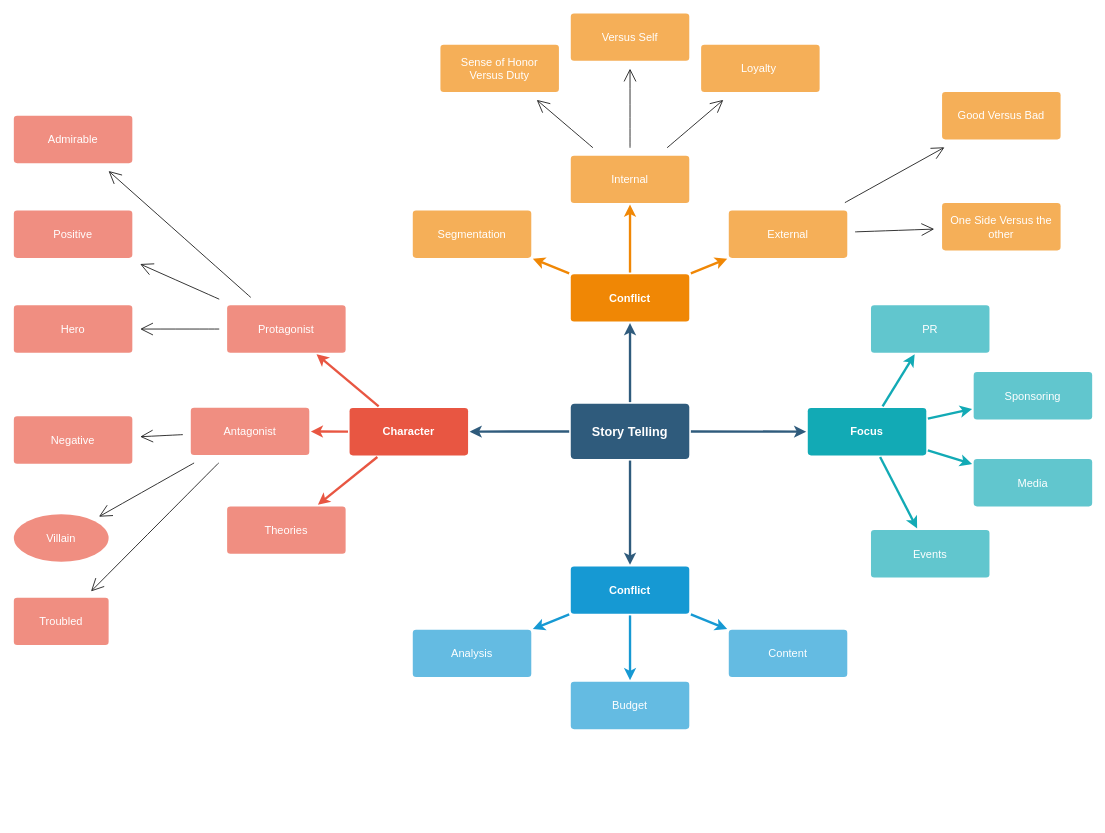
This is draw/Attempt.2.drawio from RaneyDazed/BUS-225-Mind-Map, a draw.io file, before an edit. Source tidied: cells renumbered, new cells numbered last; positions are measured from the earlier drawing's top-left corner, leaving out a move shared by most shapes. Both pictures are drawn from the tidied source at 79%, with x=0, y=0 at pixel (13, 13).
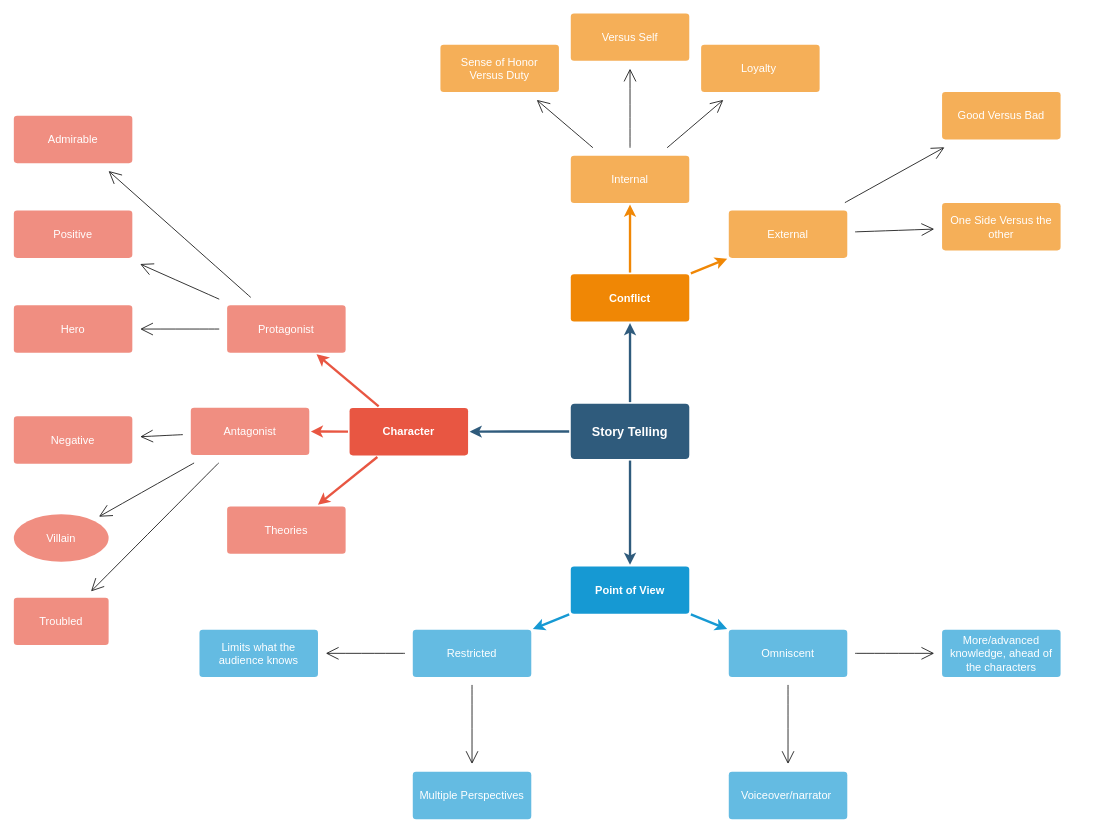
The same page after the edit.

Unchanged cells that the change refers to:
```xml
<mxCell id="6" value="Story Telling" style="rounded=1;whiteSpace=wrap;html=1;shadow=0;labelBackgroundColor=none;strokeColor=none;strokeWidth=3;fillColor=#2F5B7C;fontFamily=Helvetica;fontSize=16;fontColor=#FFFFFF;align=center;fontStyle=1;spacing=5;arcSize=7;perimeterSpacing=2;" parent="1" vertex="1">
  <mxGeometry x="705" y="494.5" width="150" height="70" as="geometry" />
</mxCell>
<mxCell id="27" value="Conflict" style="rounded=1;whiteSpace=wrap;html=1;shadow=0;labelBackgroundColor=none;strokeColor=none;strokeWidth=3;fillColor=#F08705;fontFamily=Helvetica;fontSize=14;fontColor=#FFFFFF;align=center;spacing=5;fontStyle=1;arcSize=7;perimeterSpacing=2;" parent="1" vertex="1">
  <mxGeometry x="705" y="330.5" width="150" height="60" as="geometry" />
</mxCell>
```

Change to the diagram source:
```diff
@@
-    <mxCell id="3" style="edgeStyle=none;rounded=0;jumpStyle=none;html=1;shadow=0;labelBackgroundColor=none;startArrow=none;startFill=0;endArrow=classic;endFill=1;jettySize=auto;strokeColor=#2F5B7C;strokeWidth=3;fontFamily=Helvetica;fontSize=16;fontColor=#23445D;spacing=5;" parent="1" edge="1" source="6" target="39">
-      <mxGeometry relative="1" as="geometry" />
-    </mxCell>
@@
-    <mxCell id="21" style="edgeStyle=none;rounded=0;jumpStyle=none;html=1;shadow=0;labelBackgroundColor=none;startArrow=none;startFill=0;endArrow=classic;endFill=1;jettySize=auto;strokeColor=#1699D3;strokeWidth=3;fontFamily=Helvetica;fontSize=14;fontColor=#FFFFFF;spacing=5;" parent="1" edge="1" source="23" target="25">
-      <mxGeometry relative="1" as="geometry" />
-    </mxCell>
@@
-    <mxCell id="23" value="Conflict" style="rounded=1;whiteSpace=wrap;html=1;shadow=0;labelBackgroundColor=none;strokeColor=none;strokeWidth=3;fillColor=#1699d3;fontFamily=Helvetica;fontSize=14;fontColor=#FFFFFF;align=center;spacing=5;fontStyle=1;arcSize=7;perimeterSpacing=2;" parent="1" vertex="1">
+    <mxCell id="23" value="Point of View" style="rounded=1;whiteSpace=wrap;html=1;shadow=0;labelBackgroundColor=none;strokeColor=none;strokeWidth=3;fillColor=#1699d3;fontFamily=Helvetica;fontSize=14;fontColor=#FFFFFF;align=center;spacing=5;fontStyle=1;arcSize=7;perimeterSpacing=2;" parent="1" vertex="1">
       <mxGeometry x="705" y="700.5" width="150" height="60" as="geometry" />
     </mxCell>
+    <mxCell id="59" style="edgeStyle=none;curved=1;rounded=0;jettySize=auto;html=1;fontSize=12;endArrow=open;startSize=14;endSize=14;sourcePerimeterSpacing=8;targetPerimeterSpacing=8;" parent="1" edge="1" source="24" target="65">
+      <mxGeometry relative="1" as="geometry" />
+    </mxCell>
+    <mxCell id="60" style="edgeStyle=none;curved=1;rounded=0;jettySize=auto;html=1;fontSize=12;endArrow=open;startSize=14;endSize=14;sourcePerimeterSpacing=8;targetPerimeterSpacing=8;" parent="1" edge="1" source="24" target="66">
+      <mxGeometry relative="1" as="geometry" />
+    </mxCell>
-    <mxCell id="24" value="Content" style="rounded=1;whiteSpace=wrap;html=1;shadow=0;labelBackgroundColor=none;strokeColor=none;strokeWidth=3;fillColor=#64bbe2;fontFamily=Helvetica;fontSize=14;fontColor=#FFFFFF;align=center;spacing=5;arcSize=7;perimeterSpacing=2;" parent="1" vertex="1">
+    <mxCell id="24" value="Omniscent" style="rounded=1;whiteSpace=wrap;html=1;shadow=0;labelBackgroundColor=none;strokeColor=none;strokeWidth=3;fillColor=#64bbe2;fontFamily=Helvetica;fontSize=14;fontColor=#FFFFFF;align=center;spacing=5;arcSize=7;perimeterSpacing=2;" parent="1" vertex="1">
       <mxGeometry x="905" y="780.5" width="150" height="60" as="geometry" />
     </mxCell>
-    <mxCell id="25" value="Budget" style="rounded=1;whiteSpace=wrap;html=1;shadow=0;labelBackgroundColor=none;strokeColor=none;strokeWidth=3;fillColor=#64bbe2;fontFamily=Helvetica;fontSize=14;fontColor=#FFFFFF;align=center;spacing=5;arcSize=7;perimeterSpacing=2;" parent="1" vertex="1">
-      <mxGeometry x="705" y="846.5" width="150" height="60" as="geometry" />
-    </mxCell>
+    <mxCell id="61" style="edgeStyle=none;curved=1;rounded=0;jettySize=auto;html=1;fontSize=12;endArrow=open;startSize=14;endSize=14;sourcePerimeterSpacing=8;targetPerimeterSpacing=8;" parent="1" edge="1" source="26" target="63">
+      <mxGeometry relative="1" as="geometry" />
+    </mxCell>
+    <mxCell id="62" style="edgeStyle=none;curved=1;rounded=0;jettySize=auto;html=1;fontSize=12;endArrow=open;startSize=14;endSize=14;sourcePerimeterSpacing=8;targetPerimeterSpacing=8;" parent="1" edge="1" source="26" target="64">
+      <mxGeometry relative="1" as="geometry" />
+    </mxCell>
-    <mxCell id="26" value="Analysis" style="rounded=1;whiteSpace=wrap;html=1;shadow=0;labelBackgroundColor=none;strokeColor=none;strokeWidth=3;fillColor=#64bbe2;fontFamily=Helvetica;fontSize=14;fontColor=#FFFFFF;align=center;spacing=5;arcSize=7;perimeterSpacing=2;" parent="1" vertex="1">
+    <mxCell id="26" value="Restricted" style="rounded=1;whiteSpace=wrap;html=1;shadow=0;labelBackgroundColor=none;strokeColor=none;strokeWidth=3;fillColor=#64bbe2;fontFamily=Helvetica;fontSize=14;fontColor=#FFFFFF;align=center;spacing=5;arcSize=7;perimeterSpacing=2;" parent="1" vertex="1">
       <mxGeometry x="505" y="780.5" width="150" height="60" as="geometry" />
     </mxCell>
@@
-    <mxCell id="37" value="Segmentation" style="rounded=1;whiteSpace=wrap;html=1;shadow=0;labelBackgroundColor=none;strokeColor=none;strokeWidth=3;fillColor=#f5af58;fontFamily=Helvetica;fontSize=14;fontColor=#FFFFFF;align=center;spacing=5;arcSize=7;perimeterSpacing=2;" parent="1" vertex="1">
-      <mxGeometry x="505" y="250" width="150" height="60" as="geometry" />
-    </mxCell>
-    <mxCell id="38" style="edgeStyle=none;rounded=0;jumpStyle=none;html=1;shadow=0;labelBackgroundColor=none;startArrow=none;startFill=0;endArrow=classic;endFill=1;jettySize=auto;strokeColor=#F08705;strokeWidth=3;fontFamily=Helvetica;fontSize=14;fontColor=#FFFFFF;spacing=5;" parent="1" edge="1" source="27" target="37">
-      <mxGeometry relative="1" as="geometry" />
-    </mxCell>
-    <mxCell id="39" value="Focus" style="rounded=1;whiteSpace=wrap;html=1;shadow=0;labelBackgroundColor=none;strokeColor=none;strokeWidth=3;fillColor=#12aab5;fontFamily=Helvetica;fontSize=14;fontColor=#FFFFFF;align=center;spacing=5;fontStyle=1;arcSize=7;perimeterSpacing=2;" parent="1" vertex="1">
-      <mxGeometry x="1005" y="500" width="150" height="60" as="geometry" />
-    </mxCell>
-    <mxCell id="40" value="Events" style="rounded=1;whiteSpace=wrap;html=1;shadow=0;labelBackgroundColor=none;strokeColor=none;strokeWidth=3;fillColor=#61c6ce;fontFamily=Helvetica;fontSize=14;fontColor=#FFFFFF;align=center;spacing=5;fontStyle=0;arcSize=7;perimeterSpacing=2;" parent="1" vertex="1">
-      <mxGeometry x="1085" y="654.5" width="150" height="60" as="geometry" />
-    </mxCell>
-    <mxCell id="41" style="edgeStyle=none;rounded=1;jumpStyle=none;html=1;shadow=0;labelBackgroundColor=none;startArrow=none;startFill=0;jettySize=auto;strokeColor=#12AAB5;strokeWidth=3;fontFamily=Helvetica;fontSize=14;fontColor=#FFFFFF;spacing=5;fontStyle=1;fillColor=#b0e3e6;" parent="1" edge="1" source="39" target="40">
-      <mxGeometry relative="1" as="geometry" />
-    </mxCell>
-    <mxCell id="42" value="Media" style="rounded=1;whiteSpace=wrap;html=1;shadow=0;labelBackgroundColor=none;strokeColor=none;strokeWidth=3;fillColor=#61c6ce;fontFamily=Helvetica;fontSize=14;fontColor=#FFFFFF;align=center;spacing=5;fontStyle=0;arcSize=7;perimeterSpacing=2;" parent="1" vertex="1">
-      <mxGeometry x="1215" y="564.5" width="150" height="60" as="geometry" />
-    </mxCell>
-    <mxCell id="43" style="edgeStyle=none;rounded=1;jumpStyle=none;html=1;shadow=0;labelBackgroundColor=none;startArrow=none;startFill=0;jettySize=auto;strokeColor=#12AAB5;strokeWidth=3;fontFamily=Helvetica;fontSize=14;fontColor=#FFFFFF;spacing=5;fontStyle=1;fillColor=#b0e3e6;" parent="1" edge="1" source="39" target="42">
-      <mxGeometry relative="1" as="geometry" />
-    </mxCell>
-    <mxCell id="44" value="Sponsoring" style="rounded=1;whiteSpace=wrap;html=1;shadow=0;labelBackgroundColor=none;strokeColor=none;strokeWidth=3;fillColor=#61c6ce;fontFamily=Helvetica;fontSize=14;fontColor=#FFFFFF;align=center;spacing=5;fontStyle=0;arcSize=7;perimeterSpacing=2;" parent="1" vertex="1">
-      <mxGeometry x="1215" y="454.5" width="150" height="60" as="geometry" />
-    </mxCell>
-    <mxCell id="45" style="edgeStyle=none;rounded=1;jumpStyle=none;html=1;shadow=0;labelBackgroundColor=none;startArrow=none;startFill=0;jettySize=auto;strokeColor=#12AAB5;strokeWidth=3;fontFamily=Helvetica;fontSize=14;fontColor=#FFFFFF;spacing=5;fontStyle=1;fillColor=#b0e3e6;" parent="1" edge="1" source="39" target="44">
-      <mxGeometry relative="1" as="geometry" />
-    </mxCell>
-    <mxCell id="46" value="PR" style="rounded=1;whiteSpace=wrap;html=1;shadow=0;labelBackgroundColor=none;strokeColor=none;strokeWidth=3;fillColor=#61c6ce;fontFamily=Helvetica;fontSize=14;fontColor=#FFFFFF;align=center;spacing=5;fontStyle=0;arcSize=7;perimeterSpacing=2;" parent="1" vertex="1">
-      <mxGeometry x="1085" y="370" width="150" height="60" as="geometry" />
-    </mxCell>
-    <mxCell id="47" style="edgeStyle=none;rounded=1;jumpStyle=none;html=1;shadow=0;labelBackgroundColor=none;startArrow=none;startFill=0;jettySize=auto;strokeColor=#12AAB5;strokeWidth=3;fontFamily=Helvetica;fontSize=14;fontColor=#FFFFFF;spacing=5;fontStyle=1;fillColor=#b0e3e6;" parent="1" edge="1" source="39" target="46">
-      <mxGeometry relative="1" as="geometry" />
-    </mxCell>
@@
+    <mxCell id="63" value="Multiple Perspectives" style="rounded=1;whiteSpace=wrap;html=1;shadow=0;labelBackgroundColor=none;strokeColor=none;strokeWidth=3;fillColor=#64bbe2;fontFamily=Helvetica;fontSize=14;fontColor=#FFFFFF;align=center;spacing=5;arcSize=7;perimeterSpacing=2;" parent="1" vertex="1">
+      <mxGeometry x="505" y="960.5" width="150" height="60" as="geometry" />
+    </mxCell>
+    <mxCell id="64" value="Limits what the audience knows" style="rounded=1;whiteSpace=wrap;html=1;shadow=0;labelBackgroundColor=none;strokeColor=none;strokeWidth=3;fillColor=#64bbe2;fontFamily=Helvetica;fontSize=14;fontColor=#FFFFFF;align=center;spacing=5;arcSize=7;perimeterSpacing=2;" parent="1" vertex="1">
+      <mxGeometry x="235" y="780.5" width="150" height="60" as="geometry" />
+    </mxCell>
+    <mxCell id="65" value="Voiceover/narrator&amp;nbsp;" style="rounded=1;whiteSpace=wrap;html=1;shadow=0;labelBackgroundColor=none;strokeColor=none;strokeWidth=3;fillColor=#64bbe2;fontFamily=Helvetica;fontSize=14;fontColor=#FFFFFF;align=center;spacing=5;arcSize=7;perimeterSpacing=2;" parent="1" vertex="1">
+      <mxGeometry x="905" y="960.5" width="150" height="60" as="geometry" />
+    </mxCell>
+    <mxCell id="66" value="More/advanced knowledge, ahead of the characters" style="rounded=1;whiteSpace=wrap;html=1;shadow=0;labelBackgroundColor=none;strokeColor=none;strokeWidth=3;fillColor=#64bbe2;fontFamily=Helvetica;fontSize=14;fontColor=#FFFFFF;align=center;spacing=5;arcSize=7;perimeterSpacing=2;" parent="1" vertex="1">
+      <mxGeometry x="1175" y="780.5" width="150" height="60" as="geometry" />
+    </mxCell>
```
